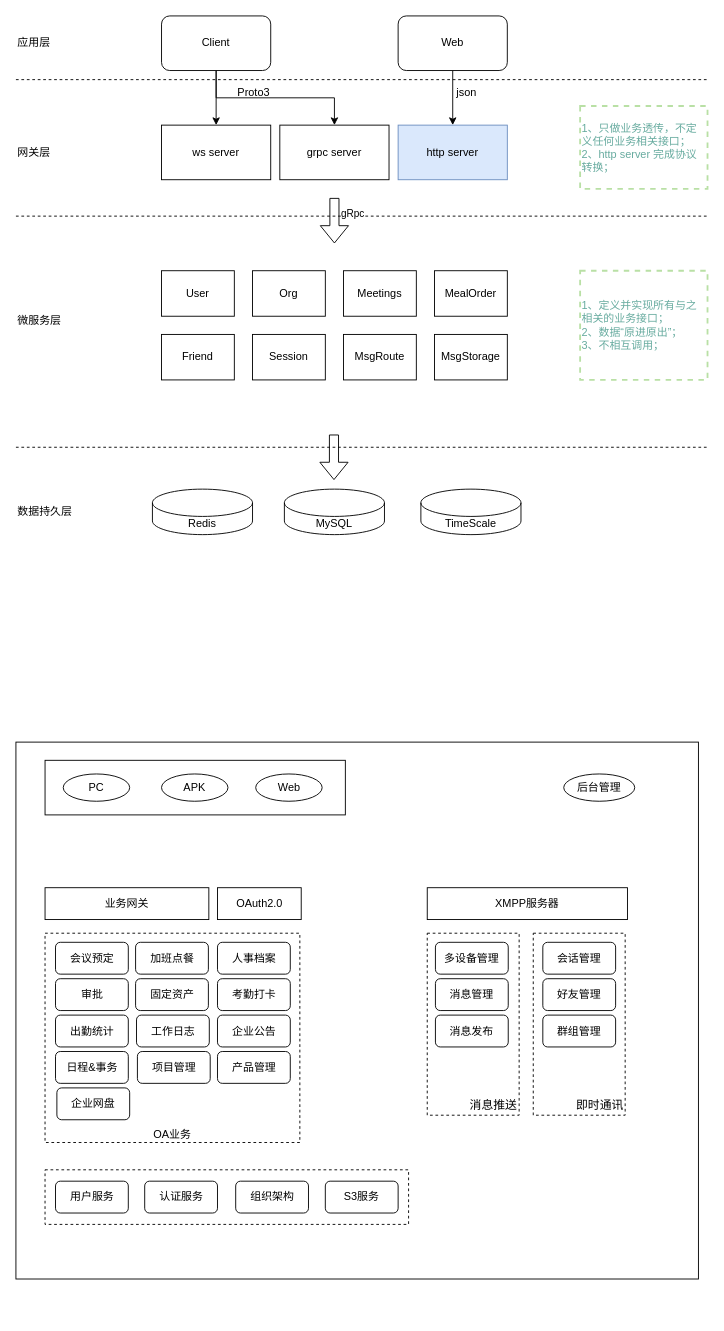
This is page "OA架构图" (3 of 4) of StreamOA架构设计.drawio from zebra-min/my-design, a draw.io file, before an edit. Source tidied: cells renumbered, new cells numbered last; positions are measured from the earlier drawing's top-left corner, leaving out a move shared by most shapes. Both pictures are drawn from the tidied source at 91%, with x=0, y=0 at pixel (15, 15).
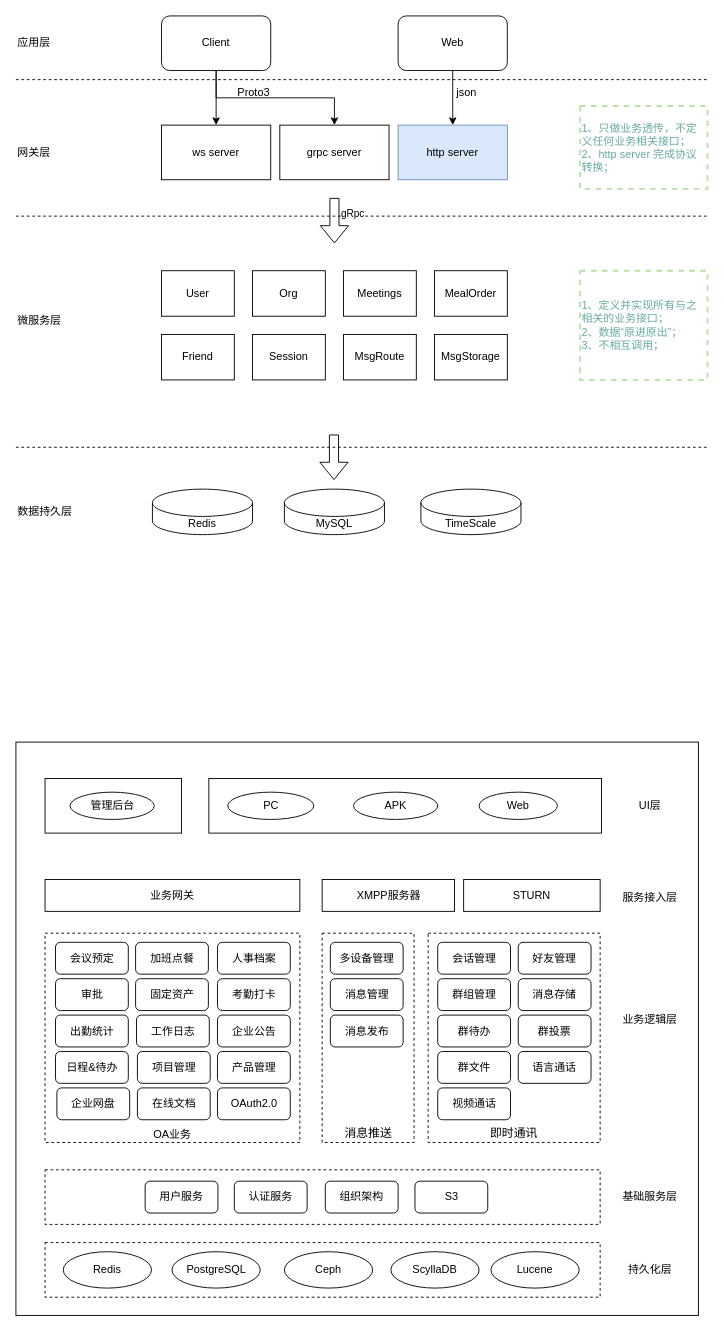
The same page after the edit.

Commit message:
更新StreamOA架构设计.drawio

What changed in the source:
```diff
@@
     <mxCell id="35" style="rounded=0;whiteSpace=wrap;html=1;" parent="1" vertex="1">
-      <mxGeometry y="798" width="750" height="590" as="geometry" />
+      <mxGeometry y="798" width="750" height="630" as="geometry" />
     </mxCell>
     <mxCell id="36" style="rounded=0;whiteSpace=wrap;html=1;" parent="1" vertex="1">
-      <mxGeometry x="32" y="818" width="330" height="60" as="geometry" />
+      <mxGeometry x="212" y="838" width="431.5" height="60" as="geometry" />
     </mxCell>
     <mxCell id="37" value="APK" style="ellipse;whiteSpace=wrap;html=1;" parent="1" vertex="1">
-      <mxGeometry x="160" y="833" width="73" height="30" as="geometry" />
+      <mxGeometry x="371" y="853" width="92.5" height="30" as="geometry" />
     </mxCell>
     <mxCell id="38" value="Web" style="ellipse;whiteSpace=wrap;html=1;" parent="1" vertex="1">
-      <mxGeometry x="263.5" y="833" width="73" height="30" as="geometry" />
+      <mxGeometry x="509" y="853" width="86" height="30" as="geometry" />
     </mxCell>
-    <mxCell id="39" value="后台管理" style="ellipse;whiteSpace=wrap;html=1;" parent="1" vertex="1">
-      <mxGeometry x="602" y="833" width="78" height="30" as="geometry" />
-    </mxCell>
@@
     <mxCell id="41" value="业务网关" style="rounded=0;whiteSpace=wrap;html=1;" parent="1" vertex="1">
-      <mxGeometry x="32" y="958" width="180" height="35" as="geometry" />
+      <mxGeometry x="32" y="949" width="280" height="35" as="geometry" />
     </mxCell>
     <mxCell id="42" value="XMPP服务器" style="rounded=0;whiteSpace=wrap;html=1;" parent="1" vertex="1">
-      <mxGeometry x="452" y="958" width="220" height="35" as="geometry" />
+      <mxGeometry x="336.5" y="949" width="145.5" height="35" as="geometry" />
     </mxCell>
     <mxCell id="43" value="PC" style="ellipse;whiteSpace=wrap;html=1;" parent="1" vertex="1">
-      <mxGeometry x="52" y="833" width="73" height="30" as="geometry" />
+      <mxGeometry x="232.8" y="853" width="94.5" height="30" as="geometry" />
     </mxCell>
@@
     <mxCell id="53" style="rounded=0;whiteSpace=wrap;html=1;fillStyle=auto;dashed=1;fillColor=none;" parent="1" vertex="1">
-      <mxGeometry x="32" y="1268" width="399.5" height="60" as="geometry" />
+      <mxGeometry x="32" y="1268" width="610" height="60" as="geometry" />
     </mxCell>
     <mxCell id="54" value="用户服务" style="rounded=1;whiteSpace=wrap;html=1;" parent="1" vertex="1">
-      <mxGeometry x="43.5" y="1280.5" width="80" height="35" as="geometry" />
+      <mxGeometry x="142" y="1280.5" width="80" height="35" as="geometry" />
     </mxCell>
     <mxCell id="55" value="认证服务" style="rounded=1;whiteSpace=wrap;html=1;" parent="1" vertex="1">
-      <mxGeometry x="141.5" y="1280.5" width="80" height="35" as="geometry" />
+      <mxGeometry x="240" y="1280.5" width="80" height="35" as="geometry" />
     </mxCell>
     <mxCell id="56" value="组织架构" style="rounded=1;whiteSpace=wrap;html=1;" parent="1" vertex="1">
-      <mxGeometry x="241.5" y="1280.5" width="80" height="35" as="geometry" />
+      <mxGeometry x="340" y="1280.5" width="80" height="35" as="geometry" />
     </mxCell>
-    <mxCell id="57" value="S3服务" style="rounded=1;whiteSpace=wrap;html=1;" parent="1" vertex="1">
-      <mxGeometry x="340" y="1280.5" width="80" height="35" as="geometry" />
+    <mxCell id="57" value="S3" style="rounded=1;whiteSpace=wrap;html=1;" parent="1" vertex="1">
+      <mxGeometry x="438.5" y="1280.5" width="80" height="35" as="geometry" />
     </mxCell>
-    <mxCell id="58" value="消息推送" style="rounded=0;whiteSpace=wrap;html=1;fillStyle=auto;dashed=1;fillColor=none;verticalAlign=bottom;align=right;fontFamily=Helvetica;fontSize=13;" parent="1" vertex="1">
-      <mxGeometry x="452" y="1008" width="101" height="200" as="geometry" />
+    <mxCell id="58" value="消息推送" style="rounded=0;whiteSpace=wrap;html=1;fillStyle=auto;dashed=1;fillColor=none;verticalAlign=bottom;align=center;fontFamily=Helvetica;fontSize=13;" parent="1" vertex="1">
+      <mxGeometry x="336.5" y="1008" width="101" height="230" as="geometry" />
     </mxCell>
     <mxCell id="59" value="多设备管理" style="rounded=1;whiteSpace=wrap;html=1;" parent="1" vertex="1">
-      <mxGeometry x="461" y="1018" width="80" height="35" as="geometry" />
+      <mxGeometry x="345.5" y="1018" width="80" height="35" as="geometry" />
     </mxCell>
     <mxCell id="60" value="消息管理" style="rounded=1;whiteSpace=wrap;html=1;" parent="1" vertex="1">
-      <mxGeometry x="461" y="1058" width="80" height="35" as="geometry" />
+      <mxGeometry x="345.5" y="1058" width="80" height="35" as="geometry" />
     </mxCell>
     <mxCell id="61" value="消息发布" style="rounded=1;whiteSpace=wrap;html=1;" parent="1" vertex="1">
-      <mxGeometry x="461" y="1098" width="80" height="35" as="geometry" />
+      <mxGeometry x="345.5" y="1098" width="80" height="35" as="geometry" />
     </mxCell>
-    <mxCell id="62" value="即时通讯" style="rounded=0;whiteSpace=wrap;html=1;fillStyle=auto;dashed=1;fillColor=none;verticalAlign=bottom;align=right;fontFamily=Helvetica;fontSize=13;" parent="1" vertex="1">
-      <mxGeometry x="568.5" y="1008" width="101" height="200" as="geometry" />
+    <mxCell id="62" value="即时通讯" style="rounded=0;whiteSpace=wrap;html=1;fillStyle=auto;dashed=1;fillColor=none;verticalAlign=bottom;align=center;fontFamily=Helvetica;fontSize=13;" parent="1" vertex="1">
+      <mxGeometry x="453" y="1008" width="189" height="230" as="geometry" />
     </mxCell>
     <mxCell id="63" value="会话管理" style="rounded=1;whiteSpace=wrap;html=1;" parent="1" vertex="1">
-      <mxGeometry x="579" y="1018" width="80" height="35" as="geometry" />
+      <mxGeometry x="463.5" y="1018" width="80" height="35" as="geometry" />
     </mxCell>
     <mxCell id="64" value="好友管理" style="rounded=1;whiteSpace=wrap;html=1;" parent="1" vertex="1">
-      <mxGeometry x="579" y="1058" width="80" height="35" as="geometry" />
+      <mxGeometry x="552" y="1018" width="80" height="35" as="geometry" />
     </mxCell>
     <mxCell id="65" value="群组管理" style="rounded=1;whiteSpace=wrap;html=1;" parent="1" vertex="1">
-      <mxGeometry x="579" y="1098" width="80" height="35" as="geometry" />
+      <mxGeometry x="463.5" y="1058" width="80" height="35" as="geometry" />
     </mxCell>
-    <mxCell id="66" value="OAuth2.0" style="rounded=0;whiteSpace=wrap;html=1;" parent="1" vertex="1">
-      <mxGeometry x="221.5" y="958" width="92" height="35" as="geometry" />
+    <mxCell id="66" value="OAuth2.0" style="rounded=1;whiteSpace=wrap;html=1;" parent="1" vertex="1">
+      <mxGeometry x="221.5" y="1178" width="80" height="35" as="geometry" />
     </mxCell>
-    <mxCell id="67" value="日程&amp;amp;事务" style="rounded=1;whiteSpace=wrap;html=1;" parent="1" vertex="1">
+    <mxCell id="67" value="日程&amp;amp;待办" style="rounded=1;whiteSpace=wrap;html=1;" parent="1" vertex="1">
       <mxGeometry x="43.5" y="1138" width="80" height="35" as="geometry" />
     </mxCell>
@@
+    <mxCell id="71" value="群文件" style="rounded=1;whiteSpace=wrap;html=1;" parent="1" vertex="1">
+      <mxGeometry x="463.5" y="1138" width="80" height="35" as="geometry" />
+    </mxCell>
+    <mxCell id="72" value="群待办" style="rounded=1;whiteSpace=wrap;html=1;" parent="1" vertex="1">
+      <mxGeometry x="463.5" y="1098" width="80" height="35" as="geometry" />
+    </mxCell>
+    <mxCell id="73" value="群投票" style="rounded=1;whiteSpace=wrap;html=1;" parent="1" vertex="1">
+      <mxGeometry x="552" y="1098" width="80" height="35" as="geometry" />
+    </mxCell>
+    <mxCell id="74" value="在线文档" style="rounded=1;whiteSpace=wrap;html=1;" parent="1" vertex="1">
+      <mxGeometry x="133.5" y="1178" width="80" height="35" as="geometry" />
+    </mxCell>
+    <mxCell id="75" value="消息存储" style="rounded=1;whiteSpace=wrap;html=1;" parent="1" vertex="1">
+      <mxGeometry x="552" y="1058" width="80" height="35" as="geometry" />
+    </mxCell>
+    <mxCell id="76" value="语言通话" style="rounded=1;whiteSpace=wrap;html=1;" parent="1" vertex="1">
+      <mxGeometry x="552" y="1138" width="80" height="35" as="geometry" />
+    </mxCell>
+    <mxCell id="77" value="视频通话" style="rounded=1;whiteSpace=wrap;html=1;" parent="1" vertex="1">
+      <mxGeometry x="463.5" y="1178" width="80" height="35" as="geometry" />
+    </mxCell>
+    <mxCell id="78" value="STURN" style="rounded=0;whiteSpace=wrap;html=1;" parent="1" vertex="1">
+      <mxGeometry x="492" y="949" width="150" height="35" as="geometry" />
+    </mxCell>
+    <mxCell id="79" style="rounded=0;whiteSpace=wrap;html=1;fillStyle=auto;dashed=1;fillColor=none;" parent="1" vertex="1">
+      <mxGeometry x="32" y="1348" width="610" height="60" as="geometry" />
+    </mxCell>
+    <mxCell id="80" value="Redis" style="ellipse;whiteSpace=wrap;html=1;" parent="1" vertex="1">
+      <mxGeometry x="52" y="1358" width="97" height="40" as="geometry" />
+    </mxCell>
+    <mxCell id="81" style="rounded=0;whiteSpace=wrap;html=1;" parent="1" vertex="1">
+      <mxGeometry x="32" y="838" width="150" height="60" as="geometry" />
+    </mxCell>
+    <mxCell id="82" value="PostgreSQL" style="ellipse;whiteSpace=wrap;html=1;" parent="1" vertex="1">
+      <mxGeometry x="171.5" y="1358" width="97" height="40" as="geometry" />
+    </mxCell>
+    <mxCell id="83" value="Ceph" style="ellipse;whiteSpace=wrap;html=1;" parent="1" vertex="1">
+      <mxGeometry x="295" y="1358" width="97" height="40" as="geometry" />
+    </mxCell>
+    <mxCell id="84" value="ScyllaDB" style="ellipse;whiteSpace=wrap;html=1;" parent="1" vertex="1">
+      <mxGeometry x="412" y="1358" width="97" height="40" as="geometry" />
+    </mxCell>
+    <mxCell id="85" value="Lucene" style="ellipse;whiteSpace=wrap;html=1;" parent="1" vertex="1">
+      <mxGeometry x="522" y="1358" width="97" height="40" as="geometry" />
+    </mxCell>
+    <mxCell id="86" value="管理后台" style="ellipse;whiteSpace=wrap;html=1;" parent="1" vertex="1">
+      <mxGeometry x="59.5" y="853" width="92.5" height="30" as="geometry" />
+    </mxCell>
+    <mxCell id="87" value="基础服务层" style="text;html=1;align=center;verticalAlign=middle;whiteSpace=wrap;rounded=0;" parent="1" vertex="1">
+      <mxGeometry x="662" y="1283" width="70" height="30" as="geometry" />
+    </mxCell>
+    <mxCell id="88" value="业务逻辑层" style="text;html=1;align=center;verticalAlign=middle;whiteSpace=wrap;rounded=0;" parent="1" vertex="1">
+      <mxGeometry x="662" y="1088" width="70" height="30" as="geometry" />
+    </mxCell>
+    <mxCell id="89" value="服务接入层" style="text;html=1;align=center;verticalAlign=middle;whiteSpace=wrap;rounded=0;" parent="1" vertex="1">
+      <mxGeometry x="662" y="954" width="70" height="30" as="geometry" />
+    </mxCell>
+    <mxCell id="90" value="持久化层" style="text;html=1;align=center;verticalAlign=middle;whiteSpace=wrap;rounded=0;" parent="1" vertex="1">
+      <mxGeometry x="662" y="1363" width="70" height="30" as="geometry" />
+    </mxCell>
+    <mxCell id="91" value="UI层" style="text;html=1;align=center;verticalAlign=middle;whiteSpace=wrap;rounded=0;" parent="1" vertex="1">
+      <mxGeometry x="662" y="853" width="70" height="30" as="geometry" />
+    </mxCell>
```
